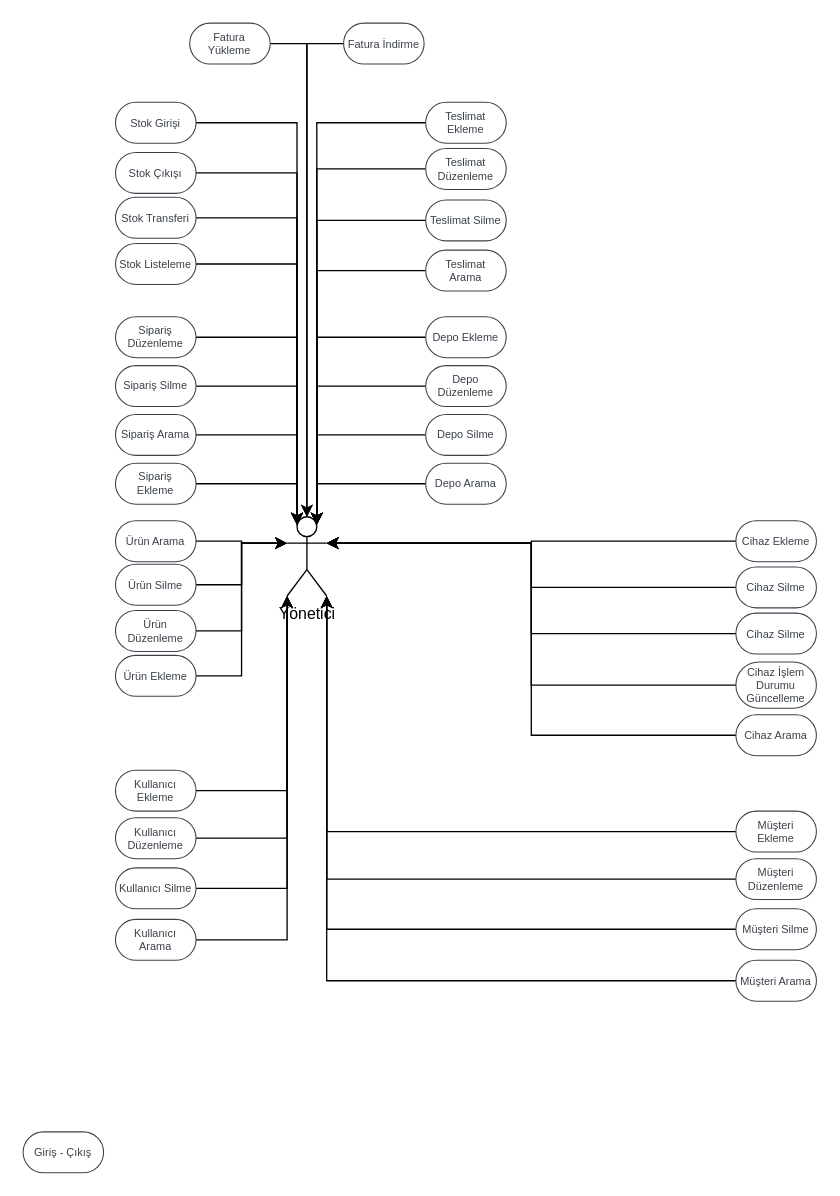
Above: Untitled Diagram.drawio in muhosman/JS-course-master (draw.io), before the change. Source tidied: cells renumbered, new cells numbered last; positions are measured from the earlier drawing's top-left corner, leaving out a move shared by most shapes. Both pictures are drawn from the tidied source at 132%, with x=0, y=0 at pixel (22, 22).
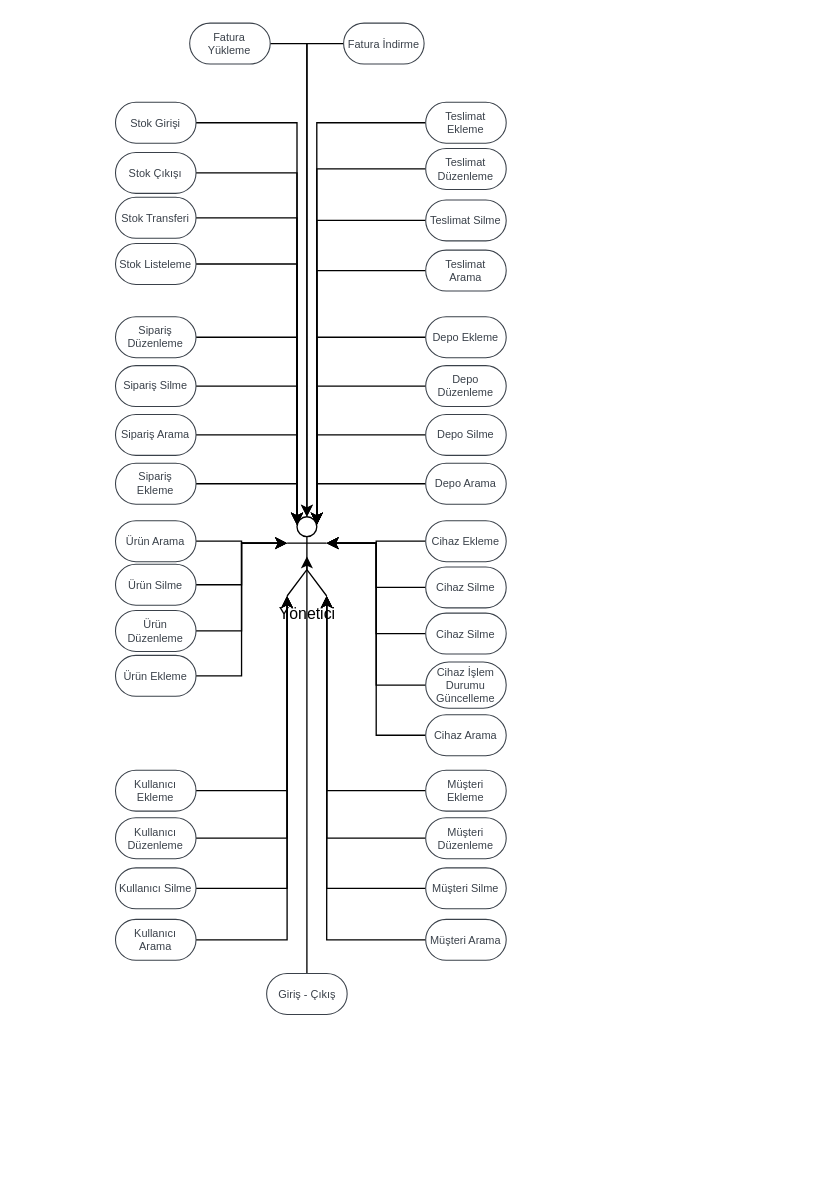
Above is the later version.

The change refers to these unchanged cells:
```xml
<mxCell id="2" value="Yönetici" style="shape=umlActor;verticalLabelPosition=bottom;verticalAlign=top;html=1;outlineConnect=0;" parent="1" vertex="1">
  <mxGeometry x="200" y="374" width="30" height="60" as="geometry" />
</mxCell>
```

What changed in the source:
```diff
@@
     <mxCell id="40" value="Müşteri Ekleme" style="html=1;overflow=block;blockSpacing=1;whiteSpace=wrap;rounded=1;arcSize=50;fontSize=8.3;fontColor=#3a414a;spacing=3.8;strokeColor=#3a414a;strokeOpacity=100;strokeWidth=0.8;" parent="1" vertex="1">
-      <mxGeometry x="540" y="597" width="61" height="31" as="geometry" />
+      <mxGeometry x="305" y="566" width="61" height="31" as="geometry" />
     </mxCell>
@@
     <mxCell id="42" value="Müşteri Düzenleme" style="html=1;overflow=block;blockSpacing=1;whiteSpace=wrap;rounded=1;arcSize=50;fontSize=8.3;fontColor=#3a414a;spacing=3.8;strokeColor=#3a414a;strokeOpacity=100;strokeWidth=0.8;" parent="1" vertex="1">
-      <mxGeometry x="540" y="633" width="61" height="31" as="geometry" />
+      <mxGeometry x="305" y="602" width="61" height="31" as="geometry" />
     </mxCell>
@@
     <mxCell id="44" value="Müşteri Silme" style="html=1;overflow=block;blockSpacing=1;whiteSpace=wrap;rounded=1;arcSize=50;fontSize=8.3;fontColor=#3a414a;spacing=3.8;strokeColor=#3a414a;strokeOpacity=100;strokeWidth=0.8;" parent="1" vertex="1">
-      <mxGeometry x="540" y="671" width="61" height="31" as="geometry" />
+      <mxGeometry x="305" y="640" width="61" height="31" as="geometry" />
     </mxCell>
@@
     <mxCell id="46" value="Müşteri Arama" style="html=1;overflow=block;blockSpacing=1;whiteSpace=wrap;rounded=1;arcSize=50;fontSize=8.3;fontColor=#3a414a;spacing=3.8;strokeColor=#3a414a;strokeOpacity=100;strokeWidth=0.8;" parent="1" vertex="1">
-      <mxGeometry x="540" y="710" width="61" height="31" as="geometry" />
+      <mxGeometry x="305" y="679" width="61" height="31" as="geometry" />
     </mxCell>
+    <mxCell id="74" style="edgeStyle=orthogonalEdgeStyle;rounded=0;jettySize=auto;html=1;exitX=0.5;exitY=0;exitDx=0;exitDy=0;entryX=0.5;entryY=0.5;entryDx=0;entryDy=0;entryPerimeter=0;" parent="1" edge="1" source="47" target="2">
+      <mxGeometry relative="1" as="geometry" />
+    </mxCell>
     <mxCell id="47" value="Giriş - Çıkış" style="html=1;overflow=block;blockSpacing=1;whiteSpace=wrap;rounded=1;arcSize=50;fontSize=8.3;fontColor=#3a414a;spacing=3.8;strokeColor=#3a414a;strokeOpacity=100;strokeWidth=0.8;" parent="1" vertex="1">
-      <mxGeometry y="840" width="61" height="31" as="geometry" />
+      <mxGeometry x="184.5" y="720" width="61" height="31" as="geometry" />
     </mxCell>
@@
     <mxCell id="64" value="Cihaz Ekleme" style="html=1;overflow=block;blockSpacing=1;whiteSpace=wrap;rounded=1;arcSize=50;fontSize=8.3;fontColor=#3a414a;spacing=3.8;strokeColor=#3a414a;strokeOpacity=100;strokeWidth=0.8;" parent="1" vertex="1">
-      <mxGeometry x="540" y="377" width="61" height="31" as="geometry" />
+      <mxGeometry x="305" y="377" width="61" height="31" as="geometry" />
     </mxCell>
     <mxCell id="65" value="Cihaz Silme" style="html=1;overflow=block;blockSpacing=1;whiteSpace=wrap;rounded=1;arcSize=50;fontSize=8.3;fontColor=#3a414a;spacing=3.8;strokeColor=#3a414a;strokeOpacity=100;strokeWidth=0.8;" parent="1" vertex="1">
-      <mxGeometry x="540" y="412" width="61" height="31" as="geometry" />
+      <mxGeometry x="305" y="412" width="61" height="31" as="geometry" />
     </mxCell>
     <mxCell id="66" value="Cihaz Silme" style="html=1;overflow=block;blockSpacing=1;whiteSpace=wrap;rounded=1;arcSize=50;fontSize=8.3;fontColor=#3a414a;spacing=3.8;strokeColor=#3a414a;strokeOpacity=100;strokeWidth=0.8;" parent="1" vertex="1">
-      <mxGeometry x="540" y="447" width="61" height="31" as="geometry" />
+      <mxGeometry x="305" y="447" width="61" height="31" as="geometry" />
     </mxCell>
     <mxCell id="67" value="Cihaz İşlem Durumu Güncelleme" style="html=1;overflow=block;blockSpacing=1;whiteSpace=wrap;rounded=1;arcSize=50;fontSize=8.3;fontColor=#3a414a;spacing=3.8;strokeColor=#3a414a;strokeOpacity=100;strokeWidth=0.8;" parent="1" vertex="1">
-      <mxGeometry x="540" y="484" width="61" height="35" as="geometry" />
+      <mxGeometry x="305" y="484" width="61" height="35" as="geometry" />
     </mxCell>
@@
     <mxCell id="69" value="Cihaz Arama" style="html=1;overflow=block;blockSpacing=1;whiteSpace=wrap;rounded=1;arcSize=50;fontSize=8.3;fontColor=#3a414a;spacing=3.8;strokeColor=#3a414a;strokeOpacity=100;strokeWidth=0.8;" parent="1" vertex="1">
-      <mxGeometry x="540" y="524" width="61" height="31" as="geometry" />
+      <mxGeometry x="305" y="524" width="61" height="31" as="geometry" />
     </mxCell>
```
